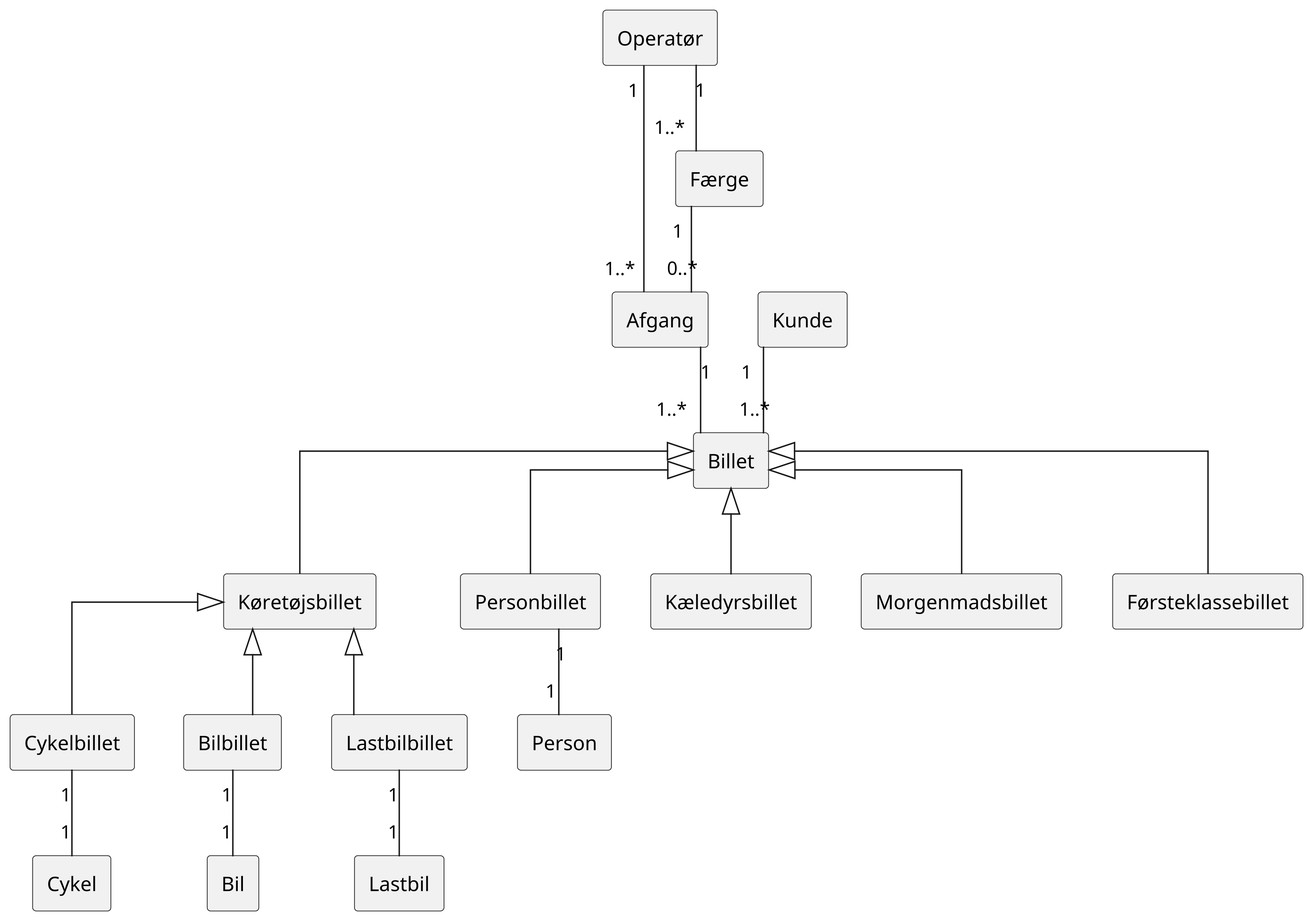
marc8193/H6PD080126 keeps this PlantUML diagram as public/domain_model.png. Above is the earlier version.
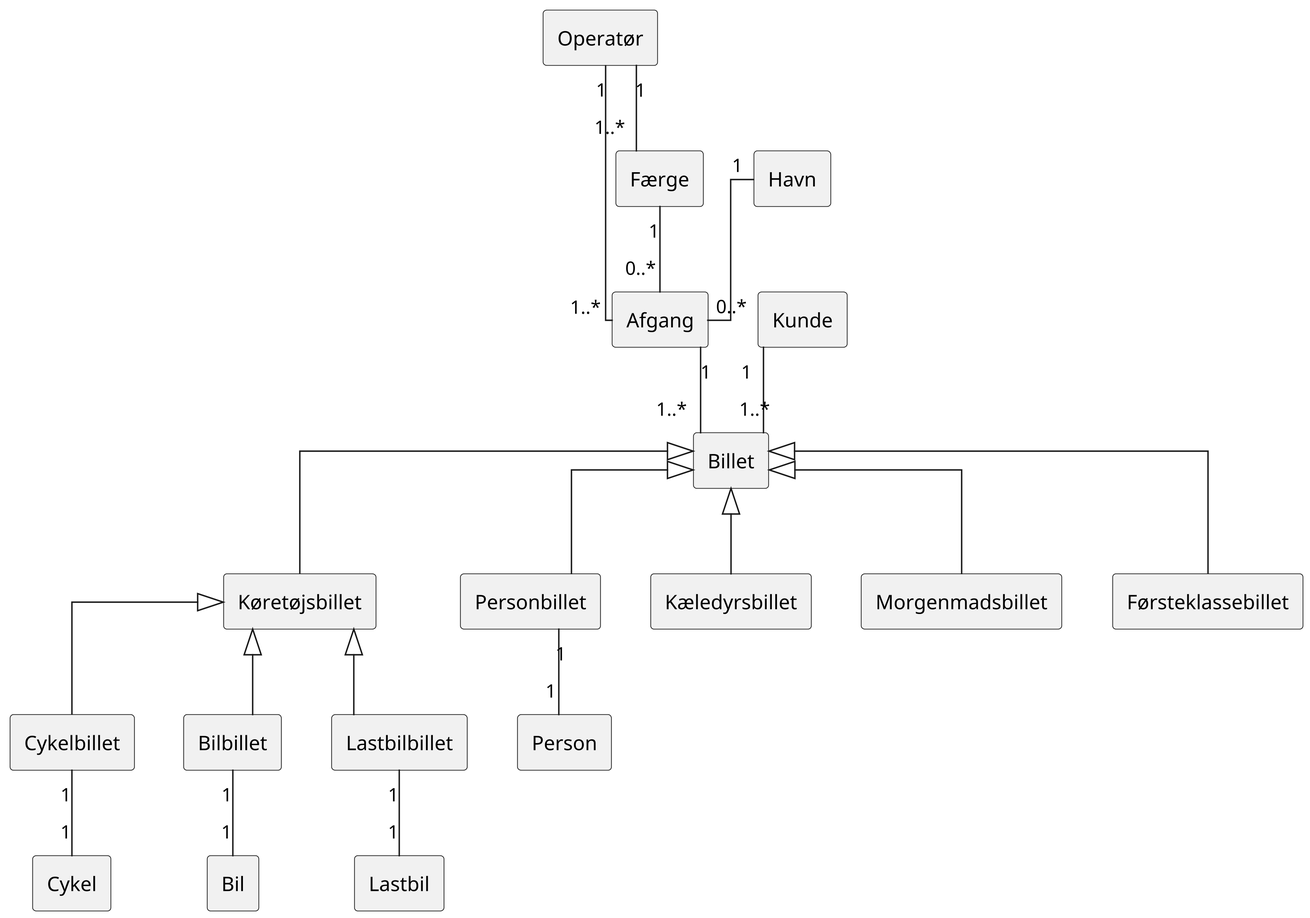
The same diagram one commit later.

What changed in the source:
```diff
@@ -6,6 +6,7 @@
 
 rectangle Afgang
 rectangle Færge
+rectangle Havn
 
 rectangle Kunde
 
@@ -27,6 +28,7 @@
 Operatør "1" -- "1..*" Færge
 
 Færge "1" -- "0..*" Afgang
+Havn "1" -- "0..*" Afgang
 Afgang "1" -- "1..*" Billet
 
 Kunde "1" -- "1..*" Billet
```
